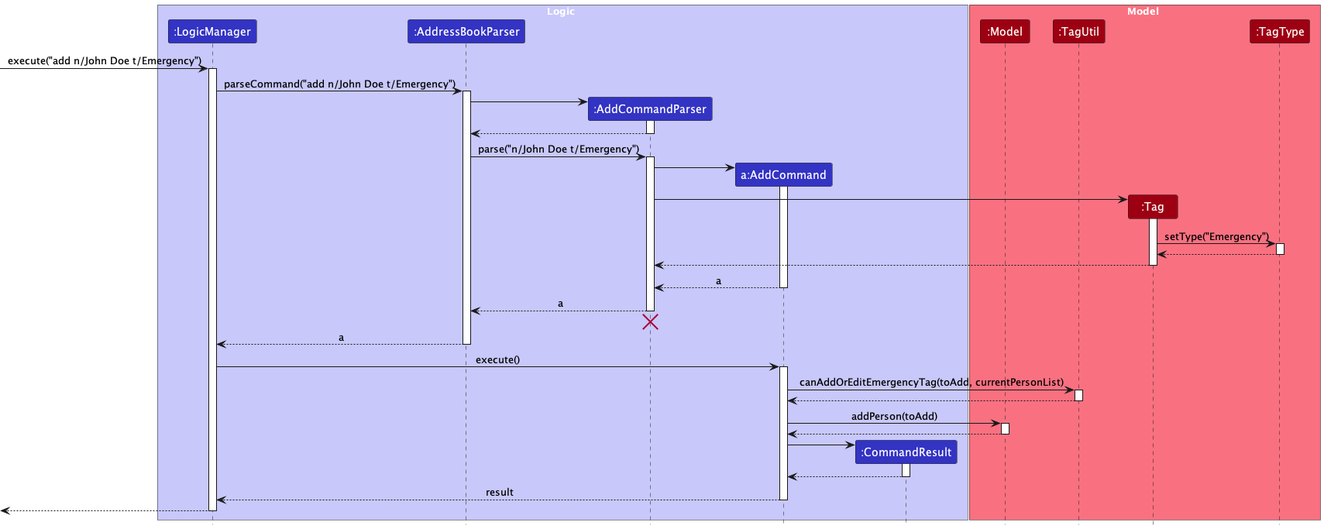
The PlantUML diagram docs/images/TagSequenceDiagram.png in tanteckfang/tp, before a commit. Source of this version:
```plantuml
@startuml
!include style.puml
skinparam ArrowFontStyle plain

box Logic LOGIC_COLOR_T1
participant ":LogicManager" as LogicManager LOGIC_COLOR
participant ":AddressBookParser" as AddressBookParser LOGIC_COLOR
participant ":AddCommandParser" as AddCommandParser LOGIC_COLOR
participant "a:AddCommand" as AddCommand LOGIC_COLOR
participant ":CommandResult" as CommandResult LOGIC_COLOR
end box

box Model MODEL_COLOR_T1
participant ":Model" as Model MODEL_COLOR
participant ":TagUtil" as TagUtil MODEL_COLOR
participant ":Tag" as Tag MODEL_COLOR
participant ":TagType" as TagType MODEL_COLOR
end box

[-> LogicManager : execute("add n/John Doe t/Emergency")
activate LogicManager

LogicManager -> AddressBookParser : parseCommand("add n/John Doe t/Emergency")
activate AddressBookParser

create AddCommandParser
AddressBookParser -> AddCommandParser
activate AddCommandParser

AddCommandParser --> AddressBookParser
deactivate AddCommandParser

AddressBookParser -> AddCommandParser : parse("n/John Doe t/Emergency")
activate AddCommandParser

create AddCommand
AddCommandParser -> AddCommand
activate AddCommand

create Tag
AddCommandParser -> Tag
activate Tag

Tag -> TagType : setType("Emergency")
activate TagType

TagType --> Tag
deactivate TagType

Tag --> AddCommandParser
deactivate Tag

AddCommand --> AddCommandParser : a
deactivate AddCommand

AddCommandParser --> AddressBookParser : a
deactivate AddCommandParser
AddCommandParser -[hidden]-> AddressBookParser
destroy AddCommandParser

AddressBookParser --> LogicManager : a
deactivate AddressBookParser

LogicManager -> AddCommand : execute()
activate AddCommand

AddCommand -> TagUtil : canAddOrEditEmergencyTag(toAdd, currentPersonList)
activate TagUtil

TagUtil --> AddCommand
deactivate TagUtil

AddCommand -> Model : addPerson(toAdd)
activate Model

Model --> AddCommand
deactivate Model

create CommandResult
AddCommand -> CommandResult
activate CommandResult

CommandResult --> AddCommand
deactivate CommandResult

AddCommand --> LogicManager : result
deactivate AddCommand

[<--LogicManager
deactivate LogicManager
@enduml
```
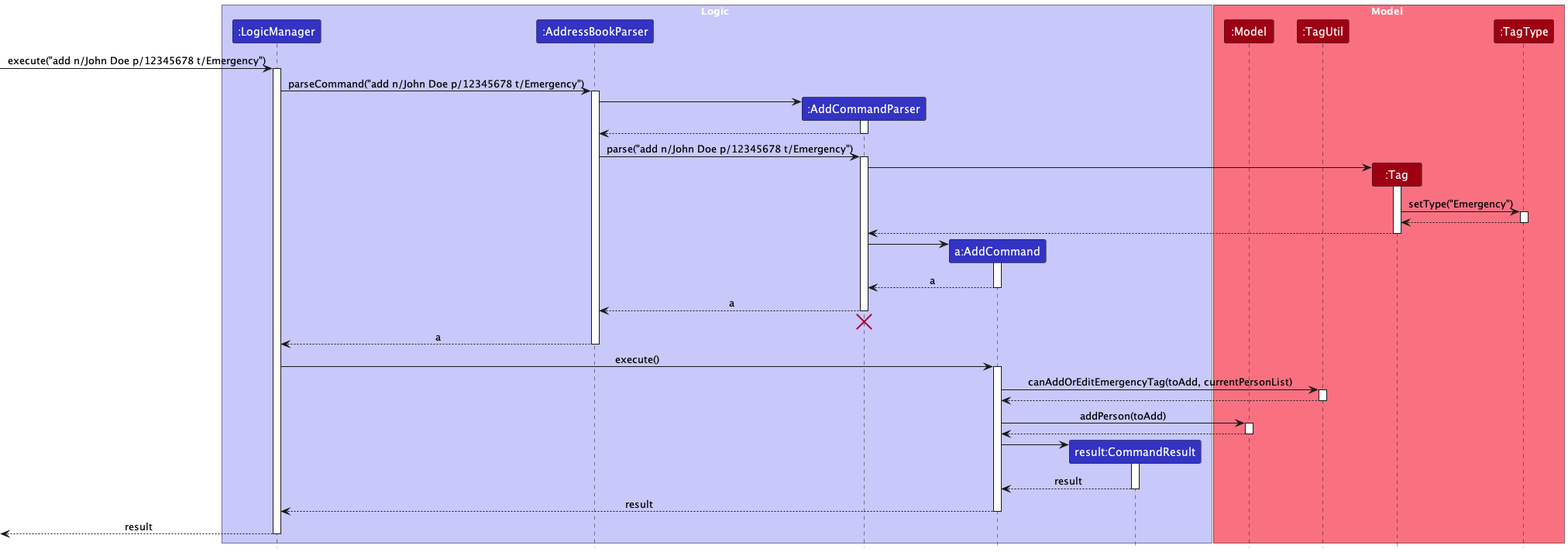
The same diagram one commit later.

What changed in the source:
```diff
@@ -7,7 +7,7 @@
 participant ":AddressBookParser" as AddressBookParser LOGIC_COLOR
 participant ":AddCommandParser" as AddCommandParser LOGIC_COLOR
 participant "a:AddCommand" as AddCommand LOGIC_COLOR
-participant ":CommandResult" as CommandResult LOGIC_COLOR
+participant "result:CommandResult" as CommandResult LOGIC_COLOR
 end box
 
 box Model MODEL_COLOR_T1
@@ -17,10 +17,10 @@
 participant ":TagType" as TagType MODEL_COLOR
 end box
 
-[-> LogicManager : execute("add n/John Doe t/Emergency")
+[-> LogicManager : execute("add n/John Doe p/12345678 t/Emergency")
 activate LogicManager
 
-LogicManager -> AddressBookParser : parseCommand("add n/John Doe t/Emergency")
+LogicManager -> AddressBookParser : parseCommand("add n/John Doe p/12345678 t/Emergency")
 activate AddressBookParser
 
 create AddCommandParser
@@ -30,12 +30,9 @@
 AddCommandParser --> AddressBookParser
 deactivate AddCommandParser
 
-AddressBookParser -> AddCommandParser : parse("n/John Doe t/Emergency")
+AddressBookParser -> AddCommandParser : parse("add n/John Doe p/12345678 t/Emergency")
 activate AddCommandParser
 
-create AddCommand
-AddCommandParser -> AddCommand
-activate AddCommand
 
 create Tag
 AddCommandParser -> Tag
@@ -49,6 +46,10 @@
 
 Tag --> AddCommandParser
 deactivate Tag
+
+create AddCommand
+AddCommandParser -> AddCommand
+activate AddCommand
 
 AddCommand --> AddCommandParser : a
 deactivate AddCommand
@@ -80,12 +81,12 @@
 AddCommand -> CommandResult
 activate CommandResult
 
-CommandResult --> AddCommand
+CommandResult --> AddCommand :result
 deactivate CommandResult
 
 AddCommand --> LogicManager : result
 deactivate AddCommand
 
-[<--LogicManager
+[<--LogicManager :result
 deactivate LogicManager
 @enduml
```
